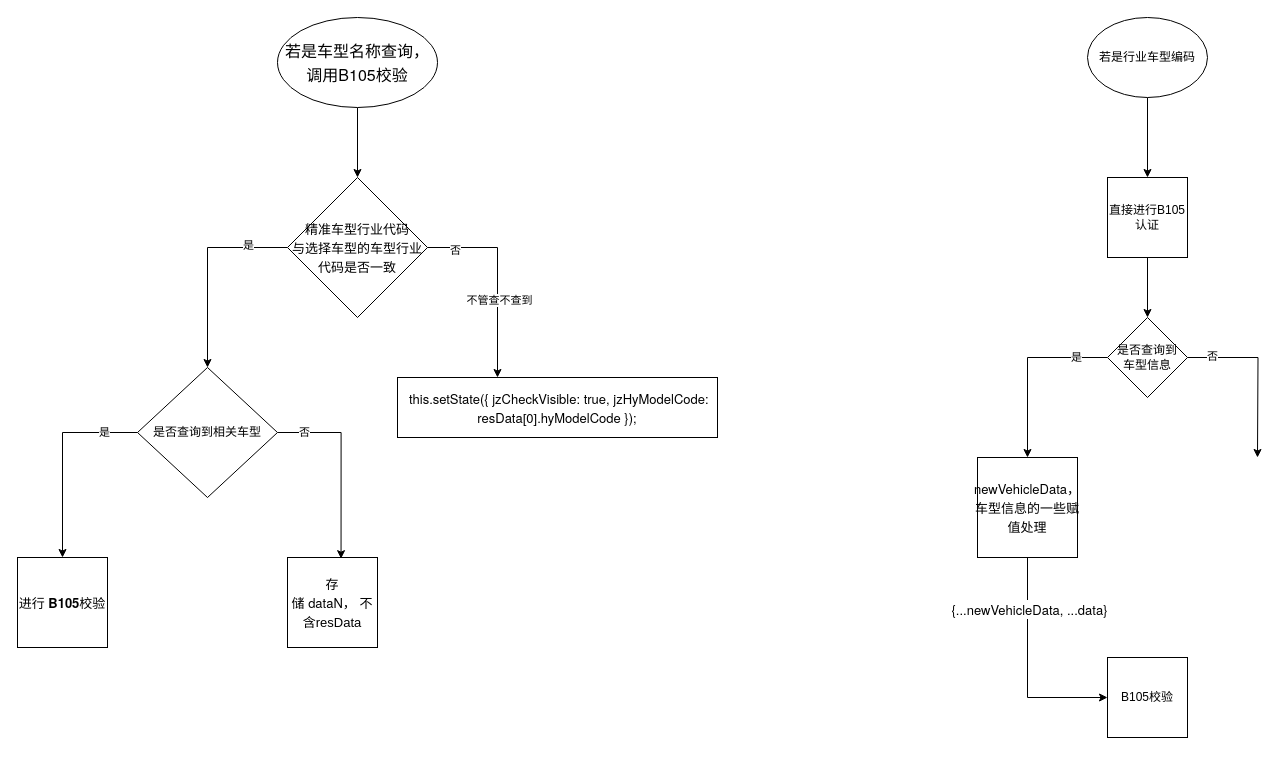
Earlier version of the draw.io diagram vhcInsVehicle.drawio (18257340943/draws). Source tidied: cells renumbered, new cells numbered last; positions are measured from the earlier drawing's top-left corner, leaving out a move shared by most shapes. Both pictures are drawn from the tidied source at 100%, with x=0, y=0 at pixel (17, 17).
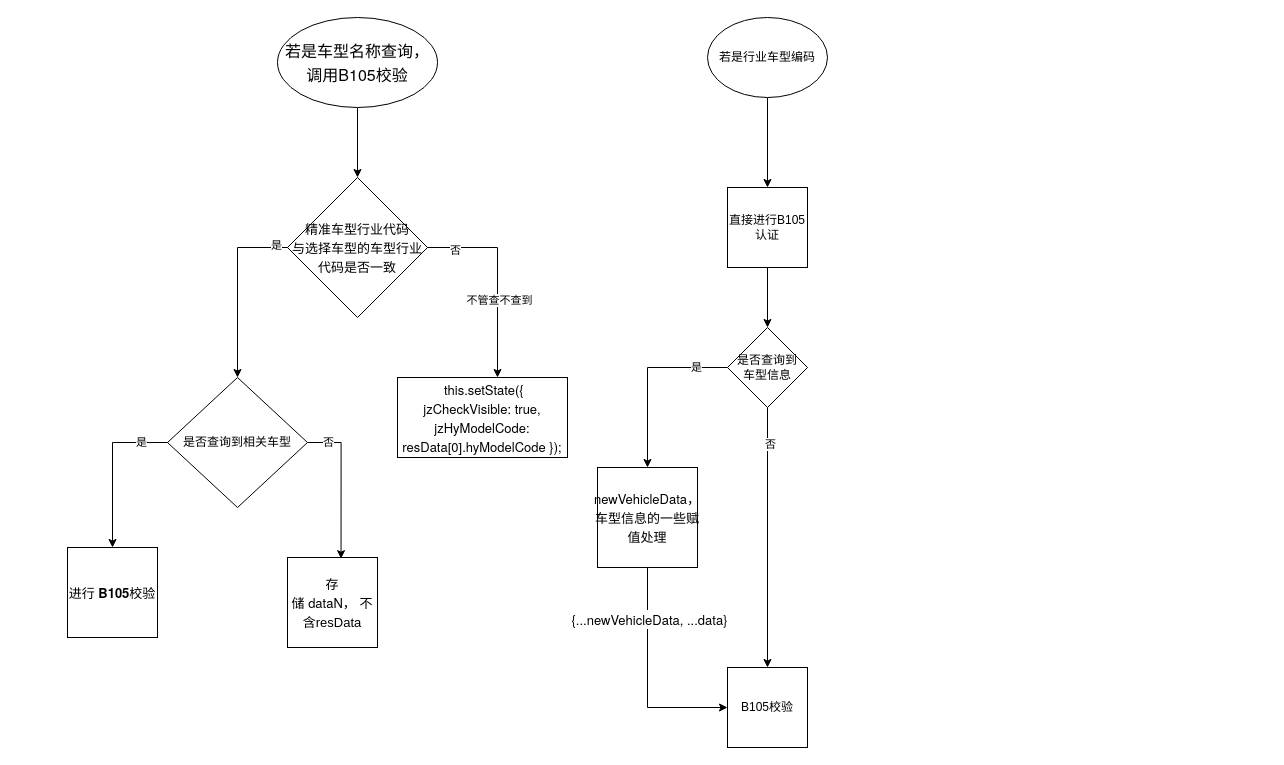
After the change.

The change refers to these unchanged cells:
```xml
<mxCell id="7" value="&lt;p class=&quot;p1&quot; style=&quot;margin: 0px ; font-stretch: normal ; font-size: 13px ; line-height: normal ; font-family: &amp;#34;pingfang sc&amp;#34;&quot;&gt;精准车型行业代码&lt;/p&gt;&lt;p class=&quot;p1&quot; style=&quot;margin: 0px ; font-stretch: normal ; font-size: 13px ; line-height: normal ; font-family: &amp;#34;pingfang sc&amp;#34;&quot;&gt;与选择车型的车型行业代码是否一致&lt;/p&gt;" style="rhombus;whiteSpace=wrap;html=1;" parent="1" vertex="1">
  <mxGeometry x="270" y="160" width="140" height="140" as="geometry" />
</mxCell>
```

What changed in the source:
```diff
@@
-    <mxCell id="2" style="edgeStyle=orthogonalEdgeStyle;rounded=0;jettySize=auto;html=1;entryX=0.5;entryY=0;entryDx=0;entryDy=0;" parent="1" edge="1" source="7" target="13">
+    <mxCell id="2" style="edgeStyle=orthogonalEdgeStyle;rounded=0;jettySize=auto;html=1;entryX=0.5;entryY=0;entryDx=0;entryDy=0;" parent="1" edge="1" target="13">
       <mxGeometry relative="1" as="geometry">
+        <mxPoint x="300" y="230" as="sourcePoint" />
         <Array as="points">
-          <mxPoint x="190" y="230" />
+          <mxPoint x="220" y="230" />
         </Array>
       </mxGeometry>
     </mxCell>
@@
     <mxCell id="8" value="&lt;p class=&quot;p1&quot; style=&quot;margin: 0px ; font-stretch: normal ; font-size: 13px ; line-height: normal ; font-family: &amp;#34;helvetica neue&amp;#34;&quot;&gt;&lt;span class=&quot;Apple-converted-space&quot;&gt;&amp;nbsp;&lt;/span&gt;this.setState({ jzCheckVisible: true, jzHyModelCode: resData&lt;span class=&quot;s1&quot; style=&quot;font-stretch: normal ; line-height: normal ; font-family: &amp;#34;pingfang sc&amp;#34;&quot;&gt;[&lt;/span&gt;0&lt;span class=&quot;s1&quot; style=&quot;font-stretch: normal ; line-height: normal ; font-family: &amp;#34;pingfang sc&amp;#34;&quot;&gt;]&lt;/span&gt;.hyModelCode });&lt;/p&gt;" style="rounded=0;whiteSpace=wrap;html=1;" parent="1" vertex="1">
-      <mxGeometry x="380" y="360" width="320" height="60" as="geometry" />
+      <mxGeometry x="380" y="360" width="170" height="80" as="geometry" />
     </mxCell>
@@
     <mxCell id="13" value="是否查询到相关车型" style="rhombus;whiteSpace=wrap;html=1;" parent="1" vertex="1">
-      <mxGeometry x="120" y="350" width="140" height="130" as="geometry" />
+      <mxGeometry x="150" y="360" width="140" height="130" as="geometry" />
     </mxCell>
     <mxCell id="14" value="&lt;p class=&quot;p1&quot; style=&quot;margin: 0px ; font-stretch: normal ; font-size: 13px ; line-height: normal ; font-family: &amp;#34;helvetica neue&amp;#34;&quot;&gt;&lt;span class=&quot;s1&quot; style=&quot;font-stretch: normal ; line-height: normal ; font-family: &amp;#34;pingfang sc&amp;#34;&quot;&gt;进行&lt;/span&gt; &lt;b&gt;B105&lt;/b&gt;&lt;span class=&quot;s1&quot; style=&quot;font-stretch: normal ; line-height: normal ; font-family: &amp;#34;pingfang sc&amp;#34;&quot;&gt;校验&lt;/span&gt;&lt;/p&gt;" style="whiteSpace=wrap;html=1;" parent="1" vertex="1">
-      <mxGeometry y="540" width="90" height="90" as="geometry" />
+      <mxGeometry x="50" y="530" width="90" height="90" as="geometry" />
     </mxCell>
@@
     <mxCell id="19" value="若是行业车型编码" style="ellipse;whiteSpace=wrap;html=1;" parent="1" vertex="1">
-      <mxGeometry x="1070" width="120" height="80" as="geometry" />
+      <mxGeometry x="690" width="120" height="80" as="geometry" />
     </mxCell>
@@
     <mxCell id="21" value="直接进行B105认证" style="whiteSpace=wrap;html=1;" parent="1" vertex="1">
-      <mxGeometry x="1090" y="160" width="80" height="80" as="geometry" />
+      <mxGeometry x="710" y="170" width="80" height="80" as="geometry" />
     </mxCell>
     <mxCell id="22" style="edgeStyle=orthogonalEdgeStyle;rounded=0;jettySize=auto;html=1;entryX=0.5;entryY=0;entryDx=0;entryDy=0;" parent="1" edge="1" source="26" target="29">
       <mxGeometry relative="1" as="geometry">
         <Array as="points">
-          <mxPoint x="1010" y="340" />
+          <mxPoint x="630" y="350" />
         </Array>
       </mxGeometry>
     </mxCell>
@@
-    <mxCell id="24" style="edgeStyle=orthogonalEdgeStyle;rounded=0;jettySize=auto;html=1;entryX=0.5;entryY=0;entryDx=0;entryDy=0;" parent="1" edge="1" source="26">
-      <mxGeometry relative="1" as="geometry">
-        <mxPoint x="1240" y="440" as="targetPoint" />
-      </mxGeometry>
+    <mxCell id="24" style="edgeStyle=orthogonalEdgeStyle;rounded=0;jettySize=auto;html=1;entryX=0.5;entryY=0;entryDx=0;entryDy=0;" parent="1" edge="1" source="26" target="30">
+      <mxGeometry relative="1" as="geometry" />
     </mxCell>
@@
     <mxCell id="26" value="是否查询到&lt;br&gt;车型信息" style="rhombus;whiteSpace=wrap;html=1;" parent="1" vertex="1">
-      <mxGeometry x="1090" y="300" width="80" height="80" as="geometry" />
+      <mxGeometry x="710" y="310" width="80" height="80" as="geometry" />
     </mxCell>
@@
     <mxCell id="29" value="&lt;p class=&quot;p1&quot; style=&quot;margin: 0px ; font-stretch: normal ; font-size: 13px ; line-height: normal ; font-family: &amp;#34;helvetica neue&amp;#34;&quot;&gt;newVehicleData，&lt;/p&gt;&lt;p class=&quot;p1&quot; style=&quot;margin: 0px ; font-stretch: normal ; font-size: 13px ; line-height: normal ; font-family: &amp;#34;helvetica neue&amp;#34;&quot;&gt;车型信息的一些赋值处理&lt;/p&gt;" style="whiteSpace=wrap;html=1;" parent="1" vertex="1">
-      <mxGeometry x="960" y="440" width="100" height="100" as="geometry" />
+      <mxGeometry x="580" y="450" width="100" height="100" as="geometry" />
     </mxCell>
     <mxCell id="30" value="B105校验" style="whiteSpace=wrap;html=1;" parent="1" vertex="1">
-      <mxGeometry x="1090" y="640" width="80" height="80" as="geometry" />
+      <mxGeometry x="710" y="650" width="80" height="80" as="geometry" />
     </mxCell>
```
